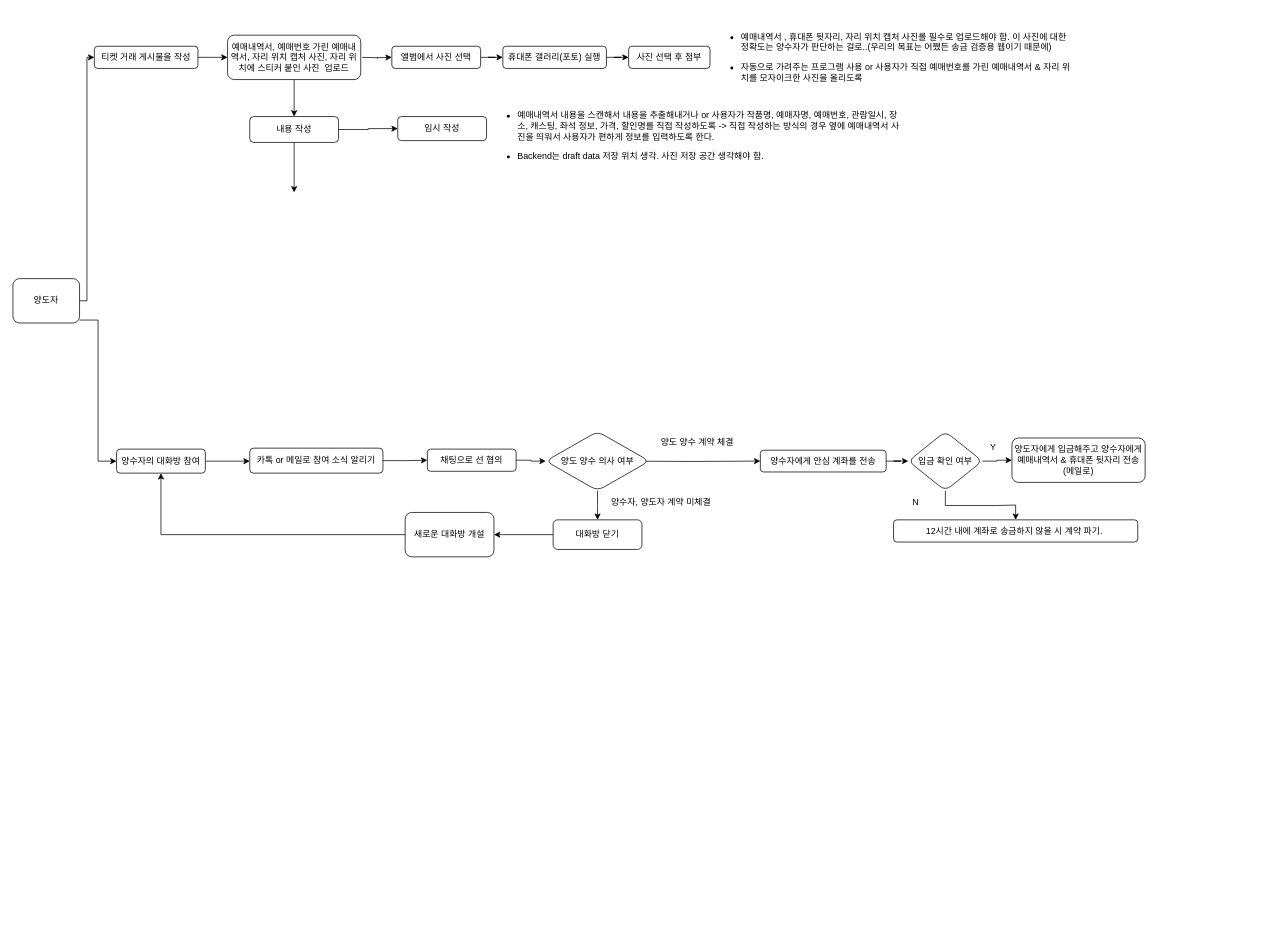
Before: 제목 없는 다이어그램.drawio in jihochang03/YeonmuMarket-Backend, a draw.io diagram. Source tidied: cells renumbered, new cells numbered last; positions are measured from the earlier drawing's top-left corner, leaving out a move shared by most shapes. Both pictures are drawn from the tidied source at 74%, with x=0, y=0 at pixel (13, 35).
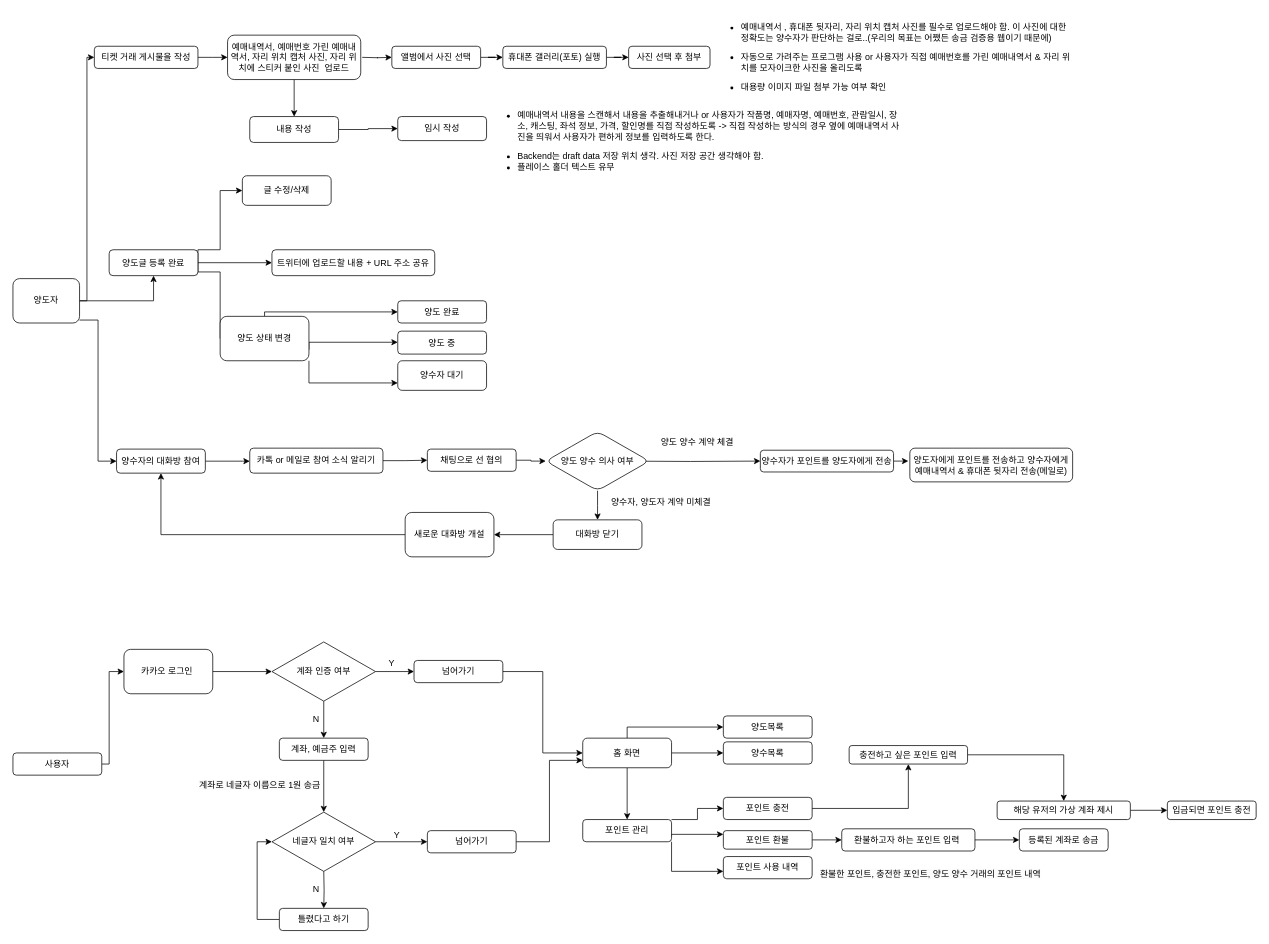
Above is the later version.

Commit message:
제목 없는 다이어그램.drawio 업데이트

The change refers to these unchanged cells:
```xml
<mxCell id="4" value="양도자" style="rounded=1;whiteSpace=wrap;html=1;" parent="1" vertex="1">
  <mxGeometry y="329" width="90" height="60" as="geometry" />
</mxCell>
<mxCell id="18" value="내용 작성" style="whiteSpace=wrap;html=1;rounded=1;" parent="1" vertex="1">
  <mxGeometry x="320" y="110" width="120" height="35" as="geometry" />
</mxCell>
```

Diff of the diagram source:
```diff
@@
+    <mxCell id="45" style="edgeStyle=orthogonalEdgeStyle;rounded=0;jettySize=auto;html=1;" parent="1" edge="1" source="4" target="48">
+      <mxGeometry relative="1" as="geometry" />
+    </mxCell>
@@
-    <mxCell id="12" value="&lt;ul&gt;&lt;li&gt;예매내역서 , 휴대폰 뒷자리, 자리 위치 캡처 사진를 필수로 업로드해야 함. 이 사진에 대한 정확도는 양수자가 판단하는 걸로..(우리의 목표는 어쨌든 송금 검증용 웹이기 때문에)&lt;/li&gt;&lt;/ul&gt;&lt;ul&gt;&lt;li&gt;자동으로 가려주는 프로그램 사용 or 사용자가 직접 예매번호를 가린 예매내역서 &amp;amp; 자리 위치를 모자이크한 사진을 올리도록&lt;/li&gt;&lt;/ul&gt;" style="text;html=1;align=left;verticalAlign=middle;whiteSpace=wrap;rounded=0;" parent="1" vertex="1">
+    <mxCell id="12" value="&lt;ul&gt;&lt;li&gt;예매내역서 , 휴대폰 뒷자리, 자리 위치 캡처 사진를 필수로 업로드해야 함. 이 사진에 대한 정확도는 양수자가 판단하는 걸로..(우리의 목표는 어쨌든 송금 검증용 웹이기 때문에)&lt;/li&gt;&lt;/ul&gt;&lt;ul&gt;&lt;li&gt;자동으로 가려주는 프로그램 사용 or 사용자가 직접 예매번호를 가린 예매내역서 &amp;amp; 자리 위치를 모자이크한 사진을 올리도록&lt;/li&gt;&lt;/ul&gt;&lt;ul&gt;&lt;li&gt;대용량 이미지 파일 첨부 가능 여부 확인&lt;/li&gt;&lt;/ul&gt;" style="text;html=1;align=left;verticalAlign=middle;whiteSpace=wrap;rounded=0;" parent="1" vertex="1">
       <mxGeometry x="942" y="15" width="490" height="30" as="geometry" />
     </mxCell>
@@
-    <mxCell id="17" style="edgeStyle=orthogonalEdgeStyle;rounded=0;jettySize=auto;html=1;" parent="1" edge="1" source="18">
-      <mxGeometry relative="1" as="geometry">
-        <mxPoint x="380" y="212.5" as="targetPoint" />
-      </mxGeometry>
-    </mxCell>
@@
-    <mxCell id="20" value="&lt;ul style=&quot;forced-color-adjust: none;&quot;&gt;&lt;li style=&quot;forced-color-adjust: none;&quot;&gt;예매내역서 내용을 스캔해서 내용을 추출해내거나 or 사용자가 작품명, 예매자명, 예매번호, 관람일시, 장소, 캐스팅, 좌석 정보, 가격, 할인명를 직접 작성하도록 -&amp;gt; 직접 작성하는 방식의 경우 옆에 예매내역서 사진을 띄워서 사용자가 편하게 정보를 입력하도록 한다.&amp;nbsp;&lt;/li&gt;&lt;/ul&gt;&lt;ul style=&quot;forced-color-adjust: none;&quot;&gt;&lt;li style=&quot;forced-color-adjust: none;&quot;&gt;Backend는 draft data 저장 위치 생각. 사진 저장 공간 생각해야 함.&amp;nbsp;&lt;/li&gt;&lt;/ul&gt;&lt;div style=&quot;forced-color-adjust: none;&quot;&gt;&lt;br style=&quot;forced-color-adjust: none; color: rgb(0, 0, 0); font-family: Helvetica; font-size: 12px; font-style: normal; font-variant-ligatures: normal; font-variant-caps: normal; font-weight: 400; letter-spacing: normal; orphans: 2; text-align: left; text-indent: 0px; text-transform: none; widows: 2; word-spacing: 0px; -webkit-text-stroke-width: 0px; white-space: normal; background-color: rgb(251, 251, 251); text-decoration-thickness: initial; text-decoration-style: initial; text-decoration-color: initial;&quot;&gt;&lt;br&gt;&lt;br&gt;&lt;/div&gt;" style="text;whiteSpace=wrap;html=1;" parent="1" vertex="1">
+    <mxCell id="20" value="&lt;ul style=&quot;forced-color-adjust: none;&quot;&gt;&lt;li style=&quot;forced-color-adjust: none;&quot;&gt;예매내역서 내용을 스캔해서 내용을 추출해내거나 or 사용자가 작품명, 예매자명, 예매번호, 관람일시, 장소, 캐스팅, 좌석 정보, 가격, 할인명를 직접 작성하도록 -&amp;gt; 직접 작성하는 방식의 경우 옆에 예매내역서 사진을 띄워서 사용자가 편하게 정보를 입력하도록 한다.&amp;nbsp;&lt;/li&gt;&lt;/ul&gt;&lt;ul style=&quot;forced-color-adjust: none;&quot;&gt;&lt;li style=&quot;forced-color-adjust: none;&quot;&gt;Backend는 draft data 저장 위치 생각. 사진 저장 공간 생각해야 함.&amp;nbsp;&lt;/li&gt;&lt;li style=&quot;forced-color-adjust: none;&quot;&gt;플레이스 홀더 텍스트 유무&lt;/li&gt;&lt;/ul&gt;&lt;div style=&quot;forced-color-adjust: none;&quot;&gt;&lt;br&gt;&lt;br&gt;&lt;/div&gt;" style="text;whiteSpace=wrap;html=1;" parent="1" vertex="1">
       <mxGeometry x="640" y="82.5" width="560" height="90" as="geometry" />
     </mxCell>
@@
-    <mxCell id="28" style="edgeStyle=orthogonalEdgeStyle;rounded=0;jettySize=auto;html=1;" parent="1" edge="1" source="29" target="35">
-      <mxGeometry relative="1" as="geometry" />
+    <mxCell id="28" style="edgeStyle=orthogonalEdgeStyle;rounded=0;jettySize=auto;html=1;" parent="1" edge="1" source="29">
+      <mxGeometry relative="1" as="geometry">
+        <mxPoint x="1210" y="575.6" as="targetPoint" />
+      </mxGeometry>
     </mxCell>
-    <mxCell id="29" value="양수자에게 안심 계좌를 전송" style="whiteSpace=wrap;html=1;rounded=1;" parent="1" vertex="1">
-      <mxGeometry x="1010" y="560.9" width="170" height="29.4" as="geometry" />
+    <mxCell id="29" value="양수자가 포인트를 양도자에게 전송" style="whiteSpace=wrap;html=1;rounded=1;" parent="1" vertex="1">
+      <mxGeometry x="1010" y="560.9" width="180" height="29.4" as="geometry" />
     </mxCell>
@@
-    <mxCell id="33" style="edgeStyle=orthogonalEdgeStyle;rounded=0;jettySize=auto;html=1;" parent="1" edge="1" source="35" target="36">
-      <mxGeometry relative="1" as="geometry" />
-    </mxCell>
-    <mxCell id="34" style="edgeStyle=orthogonalEdgeStyle;rounded=0;jettySize=auto;html=1;" parent="1" edge="1" source="35" target="38">
-      <mxGeometry relative="1" as="geometry" />
-    </mxCell>
-    <mxCell id="35" value="입금 확인 여부" style="rhombus;whiteSpace=wrap;html=1;rounded=1;" parent="1" vertex="1">
-      <mxGeometry x="1210" y="535.6" width="100" height="80" as="geometry" />
-    </mxCell>
-    <mxCell id="36" value="양도자에게 입금해주고 양수자에게 예매내역서 &amp;amp; 휴대폰 뒷자리 전송(메일로)" style="whiteSpace=wrap;html=1;rounded=1;" parent="1" vertex="1">
-      <mxGeometry x="1350" y="544.4" width="180" height="60" as="geometry" />
+    <mxCell id="36" value="양도자에게 포인트를 전송하고 양수자에게 예매내역서 &amp;amp; 휴대폰 뒷자리 전송(메일로)" style="whiteSpace=wrap;html=1;rounded=1;" parent="1" vertex="1">
+      <mxGeometry x="1212" y="558.1" width="220" height="45.6" as="geometry" />
     </mxCell>
-    <mxCell id="37" value="Y" style="text;html=1;align=center;verticalAlign=middle;whiteSpace=wrap;rounded=0;" parent="1" vertex="1">
-      <mxGeometry x="1295" y="542.1" width="60" height="30" as="geometry" />
-    </mxCell>
-    <mxCell id="38" value="12시간 내에 계좌로 송금하지 않을 시 계약 파기.&amp;nbsp;" style="whiteSpace=wrap;html=1;rounded=1;" parent="1" vertex="1">
-      <mxGeometry x="1190" y="655" width="330" height="30" as="geometry" />
-    </mxCell>
-    <mxCell id="39" value="N" style="text;html=1;align=center;verticalAlign=middle;whiteSpace=wrap;rounded=0;" parent="1" vertex="1">
-      <mxGeometry x="1190" y="615.6" width="60" height="30" as="geometry" />
-    </mxCell>
@@
+    <mxCell id="46" style="edgeStyle=orthogonalEdgeStyle;rounded=0;jettySize=auto;html=1;exitX=0;exitY=0.5;exitDx=0;exitDy=0;entryX=0;entryY=0.5;entryDx=0;entryDy=0;" parent="1" edge="1" source="53" target="49">
+      <mxGeometry relative="1" as="geometry">
+        <Array as="points">
+          <mxPoint x="250" y="320" />
+          <mxPoint x="250" y="290" />
+          <mxPoint x="280" y="290" />
+          <mxPoint x="280" y="210" />
+        </Array>
+      </mxGeometry>
+    </mxCell>
+    <mxCell id="47" style="edgeStyle=orthogonalEdgeStyle;rounded=0;jettySize=auto;html=1;exitX=1;exitY=0.5;exitDx=0;exitDy=0;entryX=0;entryY=0.5;entryDx=0;entryDy=0;" parent="1" edge="1" source="48" target="57">
+      <mxGeometry relative="1" as="geometry" />
+    </mxCell>
+    <mxCell id="48" value="양도글 등록 완료" style="whiteSpace=wrap;html=1;rounded=1;" parent="1" vertex="1">
+      <mxGeometry x="130" y="290" width="120" height="35" as="geometry" />
+    </mxCell>
+    <mxCell id="49" value="글 수정/삭제" style="whiteSpace=wrap;html=1;rounded=1;" parent="1" vertex="1">
+      <mxGeometry x="310" y="190" width="120" height="40" as="geometry" />
+    </mxCell>
+    <mxCell id="50" style="edgeStyle=orthogonalEdgeStyle;rounded=0;jettySize=auto;html=1;" parent="1" edge="1" source="53" target="54">
+      <mxGeometry relative="1" as="geometry">
+        <Array as="points">
+          <mxPoint x="340" y="374" />
+        </Array>
+      </mxGeometry>
+    </mxCell>
+    <mxCell id="51" style="edgeStyle=orthogonalEdgeStyle;rounded=0;jettySize=auto;html=1;exitX=1;exitY=0.75;exitDx=0;exitDy=0;" parent="1" edge="1" source="53" target="55">
+      <mxGeometry relative="1" as="geometry">
+        <Array as="points">
+          <mxPoint x="400" y="415" />
+        </Array>
+      </mxGeometry>
+    </mxCell>
+    <mxCell id="52" style="edgeStyle=orthogonalEdgeStyle;rounded=0;jettySize=auto;html=1;exitX=1;exitY=1;exitDx=0;exitDy=0;entryX=0;entryY=0.75;entryDx=0;entryDy=0;" parent="1" edge="1" source="53" target="56">
+      <mxGeometry relative="1" as="geometry" />
+    </mxCell>
+    <mxCell id="53" value="양도 상태 변경" style="rounded=1;whiteSpace=wrap;html=1;" parent="1" vertex="1">
+      <mxGeometry x="280" y="380" width="120" height="60" as="geometry" />
+    </mxCell>
+    <mxCell id="54" value="양도 완료" style="whiteSpace=wrap;html=1;rounded=1;" parent="1" vertex="1">
+      <mxGeometry x="520" y="359" width="120" height="30" as="geometry" />
+    </mxCell>
+    <mxCell id="55" value="양도 중" style="rounded=1;whiteSpace=wrap;html=1;" parent="1" vertex="1">
+      <mxGeometry x="520" y="400" width="120" height="31" as="geometry" />
+    </mxCell>
+    <mxCell id="56" value="양수자 대기" style="rounded=1;whiteSpace=wrap;html=1;" parent="1" vertex="1">
+      <mxGeometry x="520" y="440" width="120" height="40" as="geometry" />
+    </mxCell>
+    <mxCell id="57" value="트위터에 업로드할 내용 + URL 주소 공유" style="rounded=1;whiteSpace=wrap;html=1;" parent="1" vertex="1">
+      <mxGeometry x="350" y="290" width="220" height="35" as="geometry" />
+    </mxCell>
+    <mxCell id="58" style="edgeStyle=orthogonalEdgeStyle;rounded=0;jettySize=auto;html=1;exitX=1;exitY=0.5;exitDx=0;exitDy=0;entryX=0;entryY=0.5;entryDx=0;entryDy=0;" parent="1" edge="1" source="59" target="61">
+      <mxGeometry relative="1" as="geometry">
+        <Array as="points">
+          <mxPoint x="130" y="985" />
+          <mxPoint x="130" y="860" />
+        </Array>
+      </mxGeometry>
+    </mxCell>
+    <mxCell id="59" value="사용자" style="rounded=1;whiteSpace=wrap;html=1;" parent="1" vertex="1">
+      <mxGeometry y="970" width="120" height="30" as="geometry" />
+    </mxCell>
+    <mxCell id="60" style="edgeStyle=orthogonalEdgeStyle;rounded=0;jettySize=auto;html=1;exitX=1;exitY=0.5;exitDx=0;exitDy=0;entryX=0;entryY=0.5;entryDx=0;entryDy=0;" parent="1" edge="1" source="61" target="64">
+      <mxGeometry relative="1" as="geometry" />
+    </mxCell>
+    <mxCell id="61" value="카카오 로그인&amp;nbsp;" style="rounded=1;whiteSpace=wrap;html=1;" parent="1" vertex="1">
+      <mxGeometry x="150" y="830" width="120" height="60" as="geometry" />
+    </mxCell>
+    <mxCell id="62" style="edgeStyle=orthogonalEdgeStyle;rounded=0;jettySize=auto;html=1;exitX=1;exitY=0.5;exitDx=0;exitDy=0;entryX=0;entryY=0.5;entryDx=0;entryDy=0;" parent="1" edge="1" source="64" target="66">
+      <mxGeometry relative="1" as="geometry" />
+    </mxCell>
+    <mxCell id="63" style="edgeStyle=orthogonalEdgeStyle;rounded=0;jettySize=auto;html=1;" parent="1" edge="1" source="64" target="68">
+      <mxGeometry relative="1" as="geometry" />
+    </mxCell>
+    <mxCell id="64" value="계좌 인증 여부" style="rhombus;whiteSpace=wrap;html=1;" parent="1" vertex="1">
+      <mxGeometry x="350" y="820" width="140" height="80" as="geometry" />
+    </mxCell>
+    <mxCell id="65" style="edgeStyle=orthogonalEdgeStyle;rounded=0;jettySize=auto;html=1;exitX=1;exitY=0.5;exitDx=0;exitDy=0;entryX=0;entryY=0.5;entryDx=0;entryDy=0;" parent="1" edge="1" source="66" target="84">
+      <mxGeometry relative="1" as="geometry" />
+    </mxCell>
+    <mxCell id="66" value="넘어가기" style="rounded=1;whiteSpace=wrap;html=1;" parent="1" vertex="1">
+      <mxGeometry x="542" y="845" width="120" height="30" as="geometry" />
+    </mxCell>
+    <mxCell id="67" style="edgeStyle=orthogonalEdgeStyle;rounded=0;jettySize=auto;html=1;entryX=0.5;entryY=0;entryDx=0;entryDy=0;" parent="1" edge="1" source="68" target="73">
+      <mxGeometry relative="1" as="geometry" />
+    </mxCell>
+    <mxCell id="68" value="계좌, 예금주 입력" style="rounded=1;whiteSpace=wrap;html=1;" parent="1" vertex="1">
+      <mxGeometry x="360" y="950" width="120" height="30" as="geometry" />
+    </mxCell>
+    <mxCell id="69" value="Y" style="text;html=1;align=center;verticalAlign=middle;whiteSpace=wrap;rounded=0;" parent="1" vertex="1">
+      <mxGeometry x="482" y="834" width="60" height="30" as="geometry" />
+    </mxCell>
+    <mxCell id="70" value="N" style="text;html=1;align=center;verticalAlign=middle;whiteSpace=wrap;rounded=0;" parent="1" vertex="1">
+      <mxGeometry x="380" y="910" width="60" height="30" as="geometry" />
+    </mxCell>
+    <mxCell id="71" value="&lt;span style=&quot;color: rgb(0, 0, 0); font-family: Helvetica; font-size: 12px; font-style: normal; font-variant-ligatures: normal; font-variant-caps: normal; font-weight: 400; letter-spacing: normal; orphans: 2; text-align: center; text-indent: 0px; text-transform: none; widows: 2; word-spacing: 0px; -webkit-text-stroke-width: 0px; white-space: normal; background-color: rgb(251, 251, 251); text-decoration-thickness: initial; text-decoration-style: initial; text-decoration-color: initial; display: inline !important; float: none;&quot;&gt;계좌로 네글자 이름으로 1원 송금&lt;/span&gt;" style="text;whiteSpace=wrap;html=1;" parent="1" vertex="1">
+      <mxGeometry x="250" y="1000" width="200" height="30" as="geometry" />
+    </mxCell>
+    <mxCell id="72" style="edgeStyle=orthogonalEdgeStyle;rounded=0;jettySize=auto;html=1;" parent="1" edge="1" source="73" target="75">
+      <mxGeometry relative="1" as="geometry" />
+    </mxCell>
+    <mxCell id="73" value="네글자 일치 여부" style="rhombus;whiteSpace=wrap;html=1;" parent="1" vertex="1">
+      <mxGeometry x="350" y="1050" width="140" height="80" as="geometry" />
+    </mxCell>
+    <mxCell id="74" style="edgeStyle=orthogonalEdgeStyle;rounded=0;jettySize=auto;html=1;exitX=1;exitY=0.5;exitDx=0;exitDy=0;entryX=0;entryY=0.75;entryDx=0;entryDy=0;" parent="1" edge="1" source="75" target="84">
+      <mxGeometry relative="1" as="geometry" />
+    </mxCell>
+    <mxCell id="75" value="넘어가기" style="rounded=1;whiteSpace=wrap;html=1;" parent="1" vertex="1">
+      <mxGeometry x="560" y="1075" width="120" height="30" as="geometry" />
+    </mxCell>
+    <mxCell id="76" value="Y" style="text;html=1;align=center;verticalAlign=middle;whiteSpace=wrap;rounded=0;" parent="1" vertex="1">
+      <mxGeometry x="489" y="1066" width="60" height="30" as="geometry" />
+    </mxCell>
+    <mxCell id="77" style="edgeStyle=orthogonalEdgeStyle;rounded=0;jettySize=auto;html=1;" parent="1" edge="1" target="79">
+      <mxGeometry relative="1" as="geometry">
+        <mxPoint x="420" y="1130" as="sourcePoint" />
+      </mxGeometry>
+    </mxCell>
+    <mxCell id="78" style="edgeStyle=orthogonalEdgeStyle;rounded=0;jettySize=auto;html=1;exitX=0;exitY=0.5;exitDx=0;exitDy=0;entryX=0;entryY=0.5;entryDx=0;entryDy=0;" parent="1" edge="1" source="79" target="73">
+      <mxGeometry relative="1" as="geometry" />
+    </mxCell>
+    <mxCell id="79" value="틀렸다고 하기" style="rounded=1;whiteSpace=wrap;html=1;" parent="1" vertex="1">
+      <mxGeometry x="360" y="1180" width="120" height="30" as="geometry" />
+    </mxCell>
+    <mxCell id="80" value="N" style="text;html=1;align=center;verticalAlign=middle;whiteSpace=wrap;rounded=0;" parent="1" vertex="1">
+      <mxGeometry x="380" y="1140" width="60" height="30" as="geometry" />
+    </mxCell>
+    <mxCell id="81" style="edgeStyle=orthogonalEdgeStyle;rounded=0;jettySize=auto;html=1;entryX=0;entryY=0.5;entryDx=0;entryDy=0;" parent="1" edge="1" source="84" target="85">
+      <mxGeometry relative="1" as="geometry">
+        <Array as="points">
+          <mxPoint x="830" y="935" />
+        </Array>
+      </mxGeometry>
+    </mxCell>
+    <mxCell id="82" style="edgeStyle=orthogonalEdgeStyle;rounded=0;jettySize=auto;html=1;exitX=1;exitY=0.5;exitDx=0;exitDy=0;entryX=0;entryY=0.5;entryDx=0;entryDy=0;" parent="1" edge="1" source="84" target="86">
+      <mxGeometry relative="1" as="geometry" />
+    </mxCell>
+    <mxCell id="83" style="edgeStyle=orthogonalEdgeStyle;rounded=0;jettySize=auto;html=1;" parent="1" edge="1" source="84" target="90">
+      <mxGeometry relative="1" as="geometry" />
+    </mxCell>
+    <mxCell id="84" value="홈 화면" style="rounded=1;whiteSpace=wrap;html=1;" parent="1" vertex="1">
+      <mxGeometry x="770" y="950" width="120" height="40" as="geometry" />
+    </mxCell>
+    <mxCell id="85" value="양도목록" style="whiteSpace=wrap;html=1;rounded=1;" parent="1" vertex="1">
+      <mxGeometry x="960" y="920" width="120" height="30" as="geometry" />
+    </mxCell>
+    <mxCell id="86" value="양수목록" style="rounded=1;whiteSpace=wrap;html=1;" parent="1" vertex="1">
+      <mxGeometry x="960" y="955" width="120" height="30" as="geometry" />
+    </mxCell>
+    <mxCell id="87" style="edgeStyle=orthogonalEdgeStyle;rounded=0;jettySize=auto;html=1;" parent="1" edge="1" source="90" target="92">
+      <mxGeometry relative="1" as="geometry">
+        <Array as="points">
+          <mxPoint x="925" y="1060" />
+          <mxPoint x="925" y="1045" />
+        </Array>
+      </mxGeometry>
+    </mxCell>
+    <mxCell id="88" style="edgeStyle=orthogonalEdgeStyle;rounded=0;jettySize=auto;html=1;exitX=1;exitY=0.75;exitDx=0;exitDy=0;" parent="1" edge="1" source="90" target="94">
+      <mxGeometry relative="1" as="geometry">
+        <Array as="points">
+          <mxPoint x="890" y="1080" />
+        </Array>
+      </mxGeometry>
+    </mxCell>
+    <mxCell id="89" style="edgeStyle=orthogonalEdgeStyle;rounded=0;jettySize=auto;html=1;exitX=1;exitY=1;exitDx=0;exitDy=0;" parent="1" edge="1" source="90" target="95">
+      <mxGeometry relative="1" as="geometry">
+        <Array as="points">
+          <mxPoint x="890" y="1130" />
+        </Array>
+      </mxGeometry>
+    </mxCell>
+    <mxCell id="90" value="포인트 관리" style="whiteSpace=wrap;html=1;rounded=1;" parent="1" vertex="1">
+      <mxGeometry x="770" y="1060" width="120" height="30" as="geometry" />
+    </mxCell>
+    <mxCell id="91" style="edgeStyle=orthogonalEdgeStyle;rounded=0;jettySize=auto;html=1;" parent="1" edge="1" source="102" target="97">
+      <mxGeometry relative="1" as="geometry" />
+    </mxCell>
+    <mxCell id="92" value="포인트 충전" style="whiteSpace=wrap;html=1;rounded=1;" parent="1" vertex="1">
+      <mxGeometry x="960" y="1030" width="120" height="30" as="geometry" />
+    </mxCell>
+    <mxCell id="93" style="edgeStyle=orthogonalEdgeStyle;rounded=0;jettySize=auto;html=1;exitX=1;exitY=0.5;exitDx=0;exitDy=0;entryX=0;entryY=0.5;entryDx=0;entryDy=0;" parent="1" edge="1" source="94" target="100">
+      <mxGeometry relative="1" as="geometry">
+        <Array as="points">
+          <mxPoint x="1105" y="1087" />
+          <mxPoint x="1130" y="1087" />
+        </Array>
+      </mxGeometry>
+    </mxCell>
+    <mxCell id="94" value="포인트 환불" style="rounded=1;whiteSpace=wrap;html=1;" parent="1" vertex="1">
+      <mxGeometry x="960" y="1075" width="120" height="25" as="geometry" />
+    </mxCell>
+    <mxCell id="95" value="포인트 사용 내역" style="rounded=1;whiteSpace=wrap;html=1;" parent="1" vertex="1">
+      <mxGeometry x="960" y="1110" width="120" height="30" as="geometry" />
+    </mxCell>
+    <mxCell id="96" style="edgeStyle=orthogonalEdgeStyle;rounded=0;jettySize=auto;html=1;" parent="1" edge="1" source="97" target="98">
+      <mxGeometry relative="1" as="geometry" />
+    </mxCell>
+    <mxCell id="97" value="해당 유저의 가상 계좌 제시" style="whiteSpace=wrap;html=1;rounded=1;" parent="1" vertex="1">
+      <mxGeometry x="1330" y="1035" width="180" height="25" as="geometry" />
+    </mxCell>
+    <mxCell id="98" value="입금되면 포인트 충전" style="whiteSpace=wrap;html=1;rounded=1;" parent="1" vertex="1">
+      <mxGeometry x="1560" y="1035" width="120" height="25" as="geometry" />
+    </mxCell>
+    <mxCell id="99" style="edgeStyle=orthogonalEdgeStyle;rounded=0;jettySize=auto;html=1;exitX=1;exitY=0.5;exitDx=0;exitDy=0;entryX=0;entryY=0.5;entryDx=0;entryDy=0;" parent="1" edge="1" source="100" target="103">
+      <mxGeometry relative="1" as="geometry" />
+    </mxCell>
+    <mxCell id="100" value="환불하고자 하는 포인트 입력&amp;nbsp;" style="rounded=1;whiteSpace=wrap;html=1;" parent="1" vertex="1">
+      <mxGeometry x="1120" y="1072.5" width="180" height="30" as="geometry" />
+    </mxCell>
+    <mxCell id="101" style="edgeStyle=orthogonalEdgeStyle;rounded=0;jettySize=auto;html=1;" parent="1" edge="1" source="92" target="102">
+      <mxGeometry relative="1" as="geometry" />
+    </mxCell>
+    <mxCell id="102" value="충전하고 싶은 포인트 입력" style="rounded=1;whiteSpace=wrap;html=1;" parent="1" vertex="1">
+      <mxGeometry x="1130" y="960" width="160" height="25" as="geometry" />
+    </mxCell>
+    <mxCell id="103" value="등록된 계좌로 송금" style="rounded=1;whiteSpace=wrap;html=1;" parent="1" vertex="1">
+      <mxGeometry x="1360" y="1072.5" width="120" height="30" as="geometry" />
+    </mxCell>
+    <mxCell id="104" value="&lt;span style=&quot;color: rgb(0, 0, 0); font-family: Helvetica; font-size: 12px; font-style: normal; font-variant-ligatures: normal; font-variant-caps: normal; font-weight: 400; letter-spacing: normal; orphans: 2; text-align: center; text-indent: 0px; text-transform: none; widows: 2; word-spacing: 0px; -webkit-text-stroke-width: 0px; white-space: normal; background-color: rgb(251, 251, 251); text-decoration-thickness: initial; text-decoration-style: initial; text-decoration-color: initial; display: inline !important; float: none;&quot;&gt;환불한 포인트, 충전한 포인트, 양도 양수 거래의 포인트 내역&lt;/span&gt;" style="text;whiteSpace=wrap;html=1;" parent="1" vertex="1">
+      <mxGeometry x="1089" y="1120" width="330" height="40" as="geometry" />
+    </mxCell>
```
